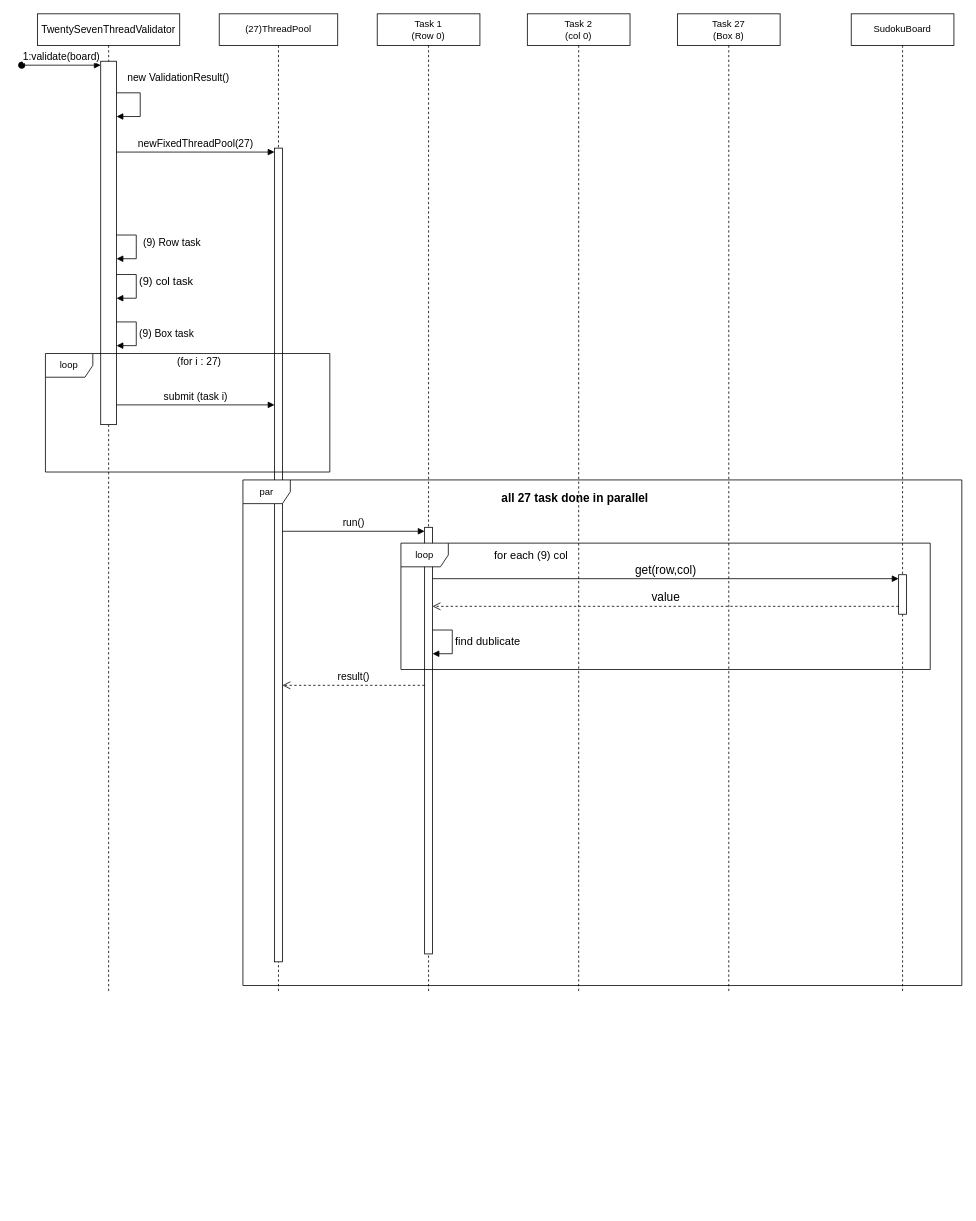
Earlier version of the draw.io diagram diagrams/mode27 sequence diagram.drawio (Smook-e/Prog_lab9). Source tidied: cells renumbered, new cells numbered last; positions are measured from the earlier drawing's top-left corner, leaving out a move shared by most shapes. Both pictures are drawn from the tidied source at 79%, with x=0, y=0 at pixel (21, 13).
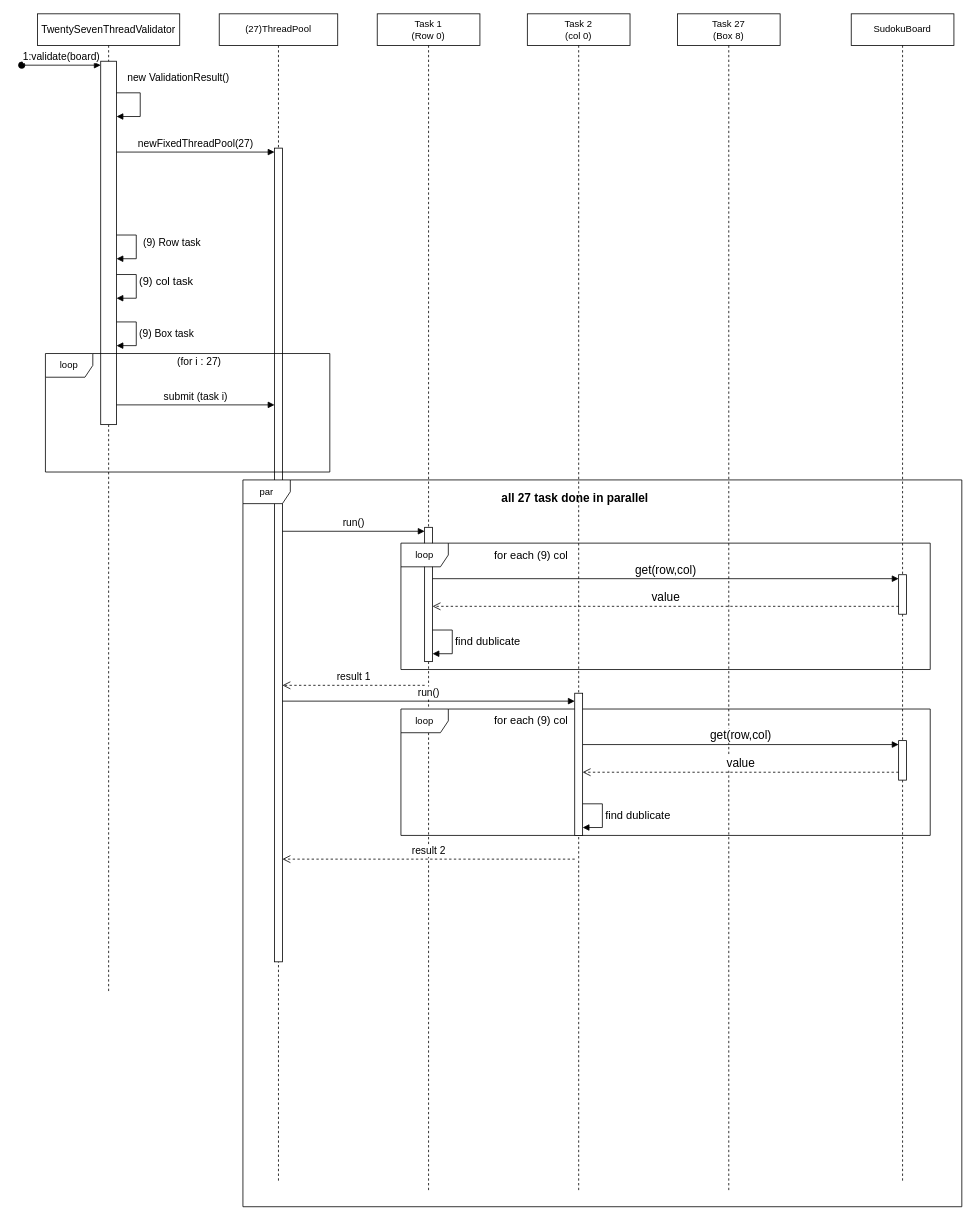
After the change.

Commit message:
complete task 2

Unchanged cells that the change refers to:
```xml
<mxCell id="10" style="html=1;points=[[0,0,0,0,5],[0,1,0,0,-5],[1,0,0,0,5],[1,1,0,0,-5]];perimeter=orthogonalPerimeter;outlineConnect=0;targetShapes=umlLifeline;portConstraint=eastwest;newEdgeStyle={&quot;curved&quot;:0,&quot;rounded&quot;:0};" parent="9" vertex="1">
  <mxGeometry x="70" y="170" width="10" height="1030" as="geometry" />
</mxCell>
```

Diff of the diagram source:
```diff
@@
     <mxCell id="9" value="(27)ThreadPool" style="shape=umlLifeline;perimeter=lifelinePerimeter;whiteSpace=wrap;html=1;newEdgeStyle={&quot;curved&quot;:0,&quot;rounded&quot;:0};" parent="1" vertex="1">
-      <mxGeometry x="250" width="150" height="1240" as="geometry" />
+      <mxGeometry x="250" width="150" height="1480" as="geometry" />
     </mxCell>
@@
     <mxCell id="12" value="Task 1&lt;div&gt;(Row 0)&lt;/div&gt;" style="shape=umlLifeline;perimeter=lifelinePerimeter;whiteSpace=wrap;html=1;newEdgeStyle={&quot;curved&quot;:0,&quot;rounded&quot;:0};" parent="1" vertex="1">
-      <mxGeometry x="450" width="130" height="1240" as="geometry" />
+      <mxGeometry x="450" width="130" height="1490" as="geometry" />
     </mxCell>
     <mxCell id="13" style="html=1;points=[[0,0,0,0,5],[0,1,0,0,-5],[1,0,0,0,5],[1,1,0,0,-5]];perimeter=orthogonalPerimeter;outlineConnect=0;targetShapes=umlLifeline;portConstraint=eastwest;newEdgeStyle={&quot;curved&quot;:0,&quot;rounded&quot;:0};" parent="12" vertex="1">
-      <mxGeometry x="60" y="650" width="10" height="540" as="geometry" />
+      <mxGeometry x="60" y="650" width="10" height="170" as="geometry" />
     </mxCell>
@@
     <mxCell id="15" value="Task 2&lt;div&gt;(col 0)&lt;/div&gt;" style="shape=umlLifeline;perimeter=lifelinePerimeter;whiteSpace=wrap;html=1;newEdgeStyle={&quot;curved&quot;:0,&quot;rounded&quot;:0};" parent="1" vertex="1">
-      <mxGeometry x="640" width="130" height="1240" as="geometry" />
+      <mxGeometry x="640" width="130" height="1490" as="geometry" />
     </mxCell>
     <mxCell id="16" value="Task 27&lt;div&gt;(Box 8)&lt;/div&gt;" style="shape=umlLifeline;perimeter=lifelinePerimeter;whiteSpace=wrap;html=1;newEdgeStyle={&quot;curved&quot;:0,&quot;rounded&quot;:0};" parent="1" vertex="1">
-      <mxGeometry x="830" width="130" height="1240" as="geometry" />
+      <mxGeometry x="830" width="130" height="1490" as="geometry" />
     </mxCell>
     <mxCell id="17" value="SudokuBoard" style="shape=umlLifeline;perimeter=lifelinePerimeter;whiteSpace=wrap;html=1;newEdgeStyle={&quot;curved&quot;:0,&quot;rounded&quot;:0};" parent="1" vertex="1">
-      <mxGeometry x="1050" width="130" height="1240" as="geometry" />
+      <mxGeometry x="1050" width="130" height="1480" as="geometry" />
     </mxCell>
@@
     <mxCell id="25" value="par" style="shape=umlFrame;whiteSpace=wrap;html=1;" parent="1" vertex="1">
-      <mxGeometry x="280" y="590" width="910" height="640" as="geometry" />
+      <mxGeometry x="280" y="590" width="910" height="920" as="geometry" />
     </mxCell>
@@
-    <mxCell id="29" value="result()" style="html=1;verticalAlign=bottom;endArrow=open;dashed=1;endSize=8;curved=0;rounded=0;fontSize=13;" parent="1" edge="1">
+    <mxCell id="29" value="result 1" style="html=1;verticalAlign=bottom;endArrow=open;dashed=1;endSize=8;curved=0;rounded=0;fontSize=13;" parent="1" edge="1">
       <mxGeometry relative="1" as="geometry">
         <mxPoint x="510" y="850" as="sourcePoint" />
         <mxPoint x="330" y="850" as="targetPoint" />
       </mxGeometry>
     </mxCell>
+    <mxCell id="30" style="html=1;points=[[0,0,0,0,5],[0,1,0,0,-5],[1,0,0,0,5],[1,1,0,0,-5]];perimeter=orthogonalPerimeter;outlineConnect=0;targetShapes=umlLifeline;portConstraint=eastwest;newEdgeStyle={&quot;curved&quot;:0,&quot;rounded&quot;:0};" parent="1" vertex="1">
+      <mxGeometry x="1110" y="920" width="10" height="50" as="geometry" />
+    </mxCell>
+    <mxCell id="31" value="value" style="html=1;verticalAlign=bottom;endArrow=open;dashed=1;endSize=8;curved=0;rounded=0;fontSize=15;" parent="1" edge="1">
+      <mxGeometry relative="1" as="geometry">
+        <mxPoint x="1110" y="960" as="sourcePoint" />
+        <mxPoint x="710" y="960" as="targetPoint" />
+      </mxGeometry>
+    </mxCell>
+    <mxCell id="32" value="get(row,col)" style="html=1;verticalAlign=bottom;endArrow=block;curved=0;rounded=0;entryX=0;entryY=0;entryDx=0;entryDy=5;fontSize=15;" parent="1" edge="1" target="30">
+      <mxGeometry relative="1" as="geometry">
+        <mxPoint x="710" y="925" as="sourcePoint" />
+      </mxGeometry>
+    </mxCell>
+    <mxCell id="33" value="loop" style="shape=umlFrame;whiteSpace=wrap;html=1;" parent="1" vertex="1">
+      <mxGeometry x="480" y="880" width="670" height="160" as="geometry" />
+    </mxCell>
+    <mxCell id="34" value="for each (9) col" style="text;html=1;whiteSpace=wrap;strokeColor=none;fillColor=none;align=center;verticalAlign=middle;rounded=0;fontSize=14;" parent="1" vertex="1">
+      <mxGeometry x="590" y="880" width="110" height="30" as="geometry" />
+    </mxCell>
+    <mxCell id="35" style="html=1;perimeter=orthogonalPerimeter;targetShapes=umlLifeline;newEdgeStyle={&quot;curved&quot;:0,&quot;rounded&quot;:0};" parent="1" vertex="1">
+      <mxGeometry x="700" y="860" width="10" height="180" as="geometry" />
+    </mxCell>
+    <mxCell id="36" value="run()" style="html=1;verticalAlign=bottom;endArrow=block;curved=0;rounded=0;fontSize=13;" parent="1" edge="1">
+      <mxGeometry relative="1" as="geometry">
+        <mxPoint x="330" y="870" as="sourcePoint" />
+        <mxPoint x="700" y="870" as="targetPoint" />
+      </mxGeometry>
+    </mxCell>
+    <mxCell id="37" value="find dublicate" style="html=1;align=left;spacingLeft=2;endArrow=block;rounded=0;edgeStyle=orthogonalEdgeStyle;curved=0;rounded=0;fontSize=14;" parent="1" edge="1">
+      <mxGeometry relative="1" as="geometry">
+        <mxPoint x="710" y="1000" as="sourcePoint" />
+        <mxPoint x="710" y="1030" as="targetPoint" />
+        <Array as="points">
+          <mxPoint x="735" y="1030" />
+        </Array>
+      </mxGeometry>
+    </mxCell>
+    <mxCell id="38" value="result 2" style="html=1;verticalAlign=bottom;endArrow=open;dashed=1;endSize=8;curved=0;rounded=0;fontSize=13;" parent="1" edge="1" target="10">
+      <mxGeometry relative="1" as="geometry">
+        <mxPoint x="700" y="1070" as="sourcePoint" />
+      </mxGeometry>
+    </mxCell>
```
